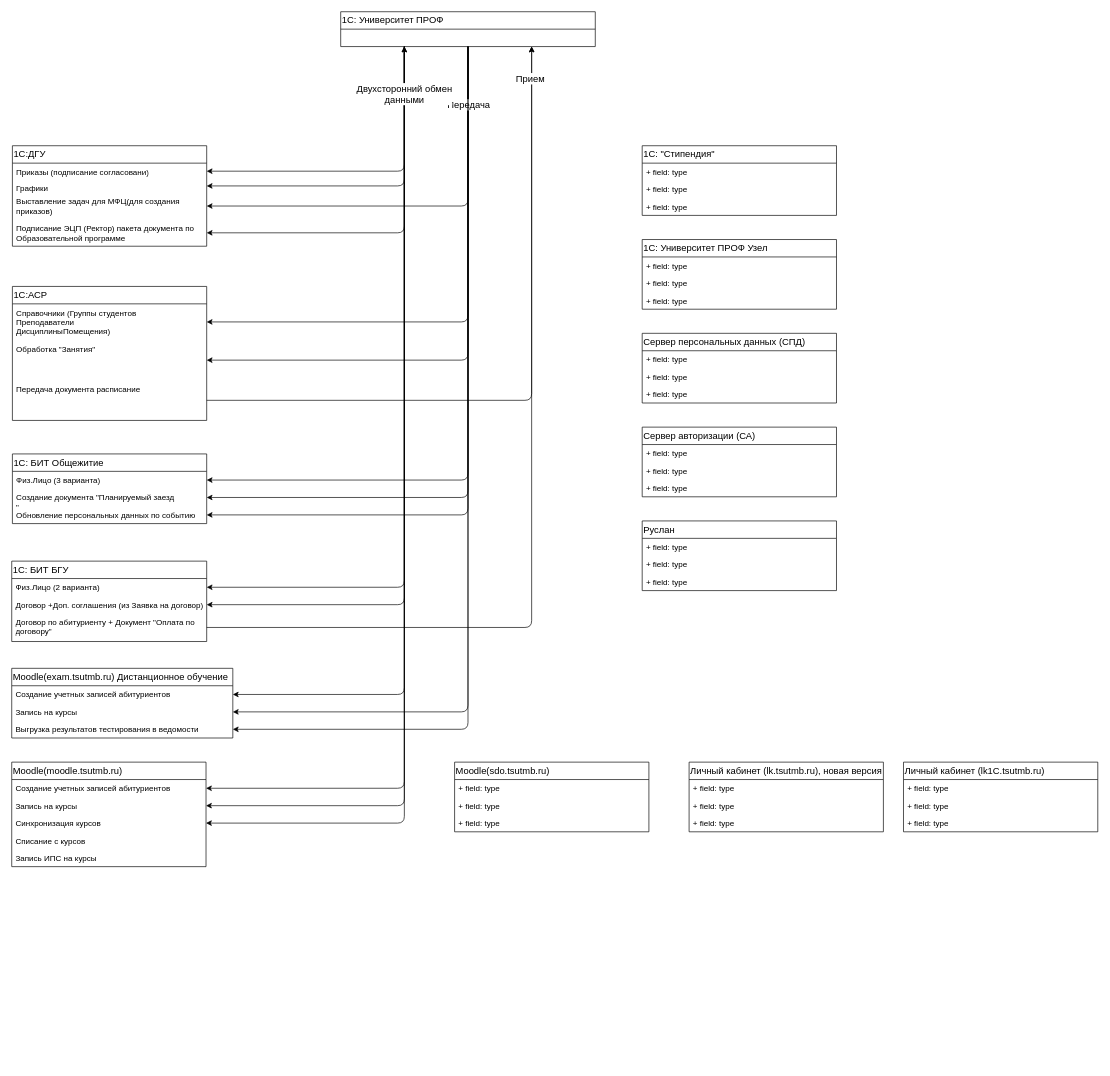
This is Copy of 111.drawio from st00g21/MyRepo2, a draw.io file, before an edit. Source tidied: cells renumbered, new cells numbered last; positions are measured from the earlier drawing's top-left corner, leaving out a move shared by most shapes. Both pictures are drawn from the tidied source at 67%, with x=0, y=0 at pixel (11, 11).
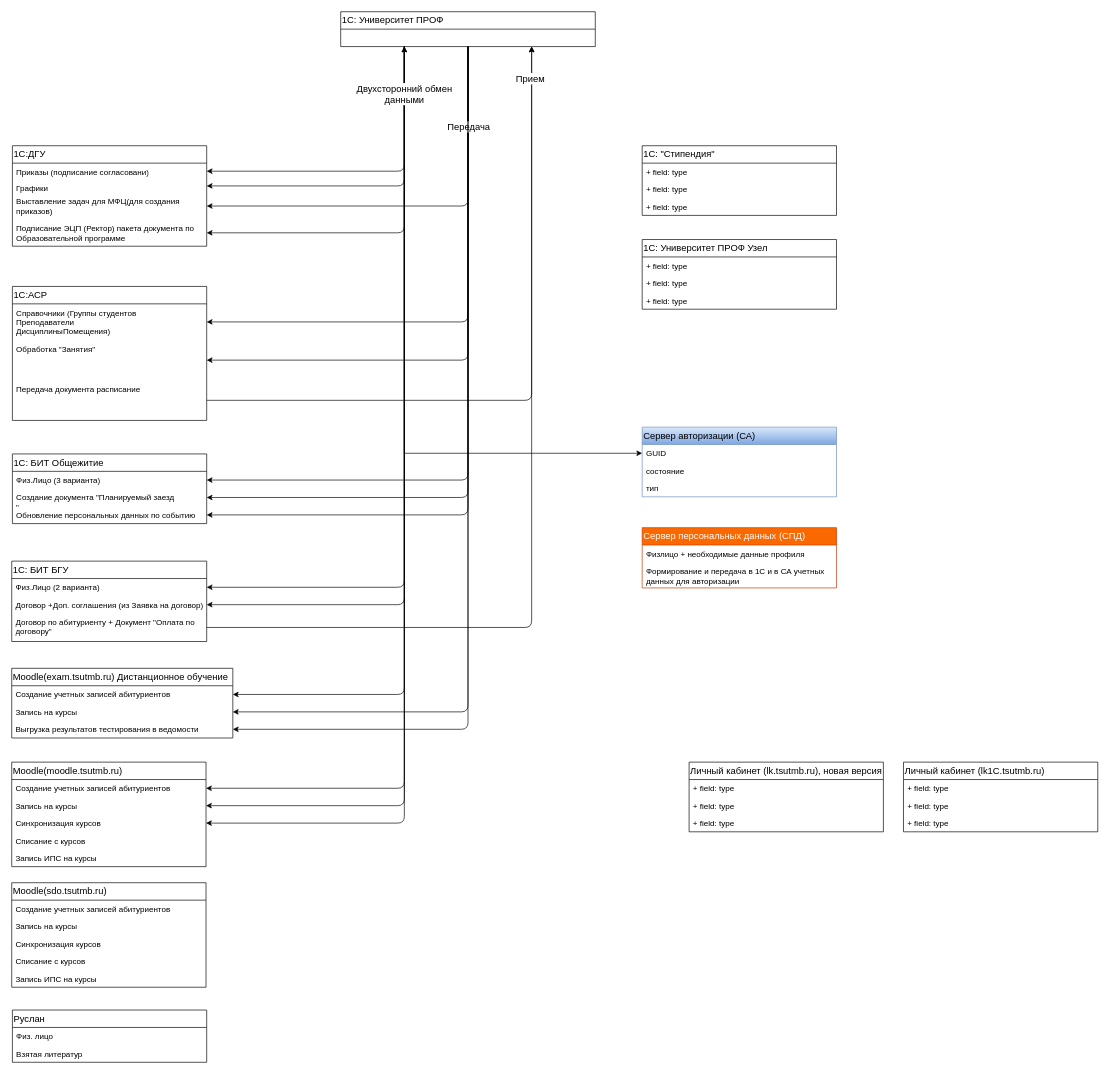
The same diagram, later.

Unchanged cells that the change refers to:
```xml
<mxCell id="8" style="edgeStyle=orthogonalEdgeStyle;rounded=1;sketch=0;jettySize=auto;html=1;exitX=0.5;exitY=1;exitDx=0;exitDy=0;entryX=1;entryY=0.5;entryDx=0;entryDy=0;startArrow=none;startFill=0;fillColor=#0A0A0A;fontSize=14;" parent="1" edge="1" source="19" target="36">
  <mxGeometry relative="1" as="geometry" />
</mxCell>
<mxCell id="19" value="1С: Университет ПРОФ" style="swimlane;fontStyle=0;horizontal=1;startSize=26;fillColor=none;rounded=0;shadow=0;glass=0;sketch=0;fontSize=14;align=left;html=1;" parent="1" vertex="1">
  <mxGeometry x="491" width="380" height="52" as="geometry" />
</mxCell>
```

The edit, as a diff of the source:
```diff
@@
     <mxCell id="9" value="Передача" style="edgeLabel;html=1;align=center;verticalAlign=middle;fontSize=14;" parent="8" vertex="1">
       <mxGeometry x="-0.9" y="2" relative="1" as="geometry">
-        <mxPoint x="-2" y="32" as="offset" />
+        <mxPoint x="-2" y="65" as="offset" />
       </mxGeometry>
     </mxCell>
@@
+    <mxCell id="85" style="edgeStyle=orthogonalEdgeStyle;rounded=0;jettySize=auto;html=1;exitX=0.25;exitY=1;exitDx=0;exitDy=0;entryX=0;entryY=0.5;entryDx=0;entryDy=0;" parent="1" edge="1" source="19" target="56">
+      <mxGeometry relative="1" as="geometry" />
+    </mxCell>
@@
-    <mxCell id="51" value="Сервер персональных данных (СПД)" style="swimlane;fontStyle=0;horizontal=1;startSize=26;fillColor=none;rounded=0;shadow=0;glass=0;sketch=0;fontSize=14;align=left;html=1;" parent="1" vertex="1">
-      <mxGeometry x="941" y="480" width="290" height="104" as="geometry" />
+    <mxCell id="51" value="Сервер персональных данных (СПД)" style="swimlane;fontStyle=0;horizontal=1;startSize=26;fillColor=#fa6800;rounded=0;shadow=0;glass=0;sketch=0;fontSize=14;align=left;html=1;strokeColor=#C73500;fontColor=#ffffff;" parent="1" vertex="1">
+      <mxGeometry x="941" y="770" width="290" height="90" as="geometry" />
     </mxCell>
-    <mxCell id="52" value="+ field: type" style="text;strokeColor=none;fillColor=none;align=left;verticalAlign=top;spacingLeft=4;spacingRight=4;overflow=hidden;" parent="51" vertex="1">
+    <mxCell id="52" value="Физлицо + необходимые данные профиля" style="text;strokeColor=none;fillColor=none;align=left;verticalAlign=top;spacingLeft=4;spacingRight=4;overflow=hidden;" parent="51" vertex="1">
       <mxGeometry y="26" width="290" height="26" as="geometry" />
     </mxCell>
-    <mxCell id="53" value="+ field: type" style="text;strokeColor=none;fillColor=none;align=left;verticalAlign=top;spacingLeft=4;spacingRight=4;overflow=hidden;" parent="51" vertex="1">
-      <mxGeometry y="52" width="290" height="26" as="geometry" />
+    <mxCell id="53" value="Формирование и передача в 1С и в СА учетных данных для авторизации " style="text;strokeColor=none;fillColor=none;align=left;verticalAlign=top;spacingLeft=4;spacingRight=4;overflow=hidden;whiteSpace=wrap;" parent="51" vertex="1">
+      <mxGeometry y="52" width="290" height="38" as="geometry" />
     </mxCell>
-    <mxCell id="54" value="+ field: type" style="text;strokeColor=none;fillColor=none;align=left;verticalAlign=top;spacingLeft=4;spacingRight=4;overflow=hidden;" parent="51" vertex="1">
-      <mxGeometry y="78" width="290" height="26" as="geometry" />
-    </mxCell>
-    <mxCell id="55" value="Сервер авторизации (СА)" style="swimlane;fontStyle=0;horizontal=1;startSize=26;fillColor=none;rounded=0;shadow=0;glass=0;sketch=0;fontSize=14;align=left;html=1;" parent="1" vertex="1">
+    <mxCell id="55" value="Сервер авторизации (СА)" style="swimlane;fontStyle=0;horizontal=1;startSize=26;fillColor=#dae8fc;rounded=0;shadow=0;glass=0;sketch=0;fontSize=14;align=left;html=1;strokeColor=#6c8ebf;strokeWidth=1;gradientColor=#7ea6e0;" parent="1" vertex="1">
       <mxGeometry x="941" y="620" width="290" height="104" as="geometry" />
     </mxCell>
-    <mxCell id="56" value="+ field: type" style="text;strokeColor=none;fillColor=none;align=left;verticalAlign=top;spacingLeft=4;spacingRight=4;overflow=hidden;points=[[0,0.5],[1,0.5]];portConstraint=eastwest;" parent="55" vertex="1">
+    <mxCell id="56" value="GUID" style="text;strokeColor=none;fillColor=none;align=left;verticalAlign=top;spacingLeft=4;spacingRight=4;overflow=hidden;points=[[0,0.5],[1,0.5]];portConstraint=eastwest;" parent="55" vertex="1">
       <mxGeometry y="26" width="290" height="26" as="geometry" />
     </mxCell>
-    <mxCell id="57" value="+ field: type" style="text;strokeColor=none;fillColor=none;align=left;verticalAlign=top;spacingLeft=4;spacingRight=4;overflow=hidden;" parent="55" vertex="1">
+    <mxCell id="57" value="состояние&#10;" style="text;strokeColor=none;fillColor=none;align=left;verticalAlign=top;spacingLeft=4;spacingRight=4;overflow=hidden;" parent="55" vertex="1">
       <mxGeometry y="52" width="290" height="26" as="geometry" />
     </mxCell>
-    <mxCell id="58" value="+ field: type" style="text;strokeColor=none;fillColor=none;align=left;verticalAlign=top;spacingLeft=4;spacingRight=4;overflow=hidden;" parent="55" vertex="1">
+    <mxCell id="58" value="тип" style="text;strokeColor=none;fillColor=none;align=left;verticalAlign=top;spacingLeft=4;spacingRight=4;overflow=hidden;" parent="55" vertex="1">
       <mxGeometry y="78" width="290" height="26" as="geometry" />
     </mxCell>
@@
-    <mxCell id="63" value="Moodle(sdo.tsutmb.ru)" style="swimlane;fontStyle=0;horizontal=1;startSize=26;fillColor=none;rounded=0;shadow=0;glass=0;sketch=0;fontSize=14;align=left;html=1;" parent="1" vertex="1">
-      <mxGeometry x="661" y="1120" width="290" height="104" as="geometry" />
-    </mxCell>
-    <mxCell id="64" value="+ field: type" style="text;strokeColor=none;fillColor=none;align=left;verticalAlign=top;spacingLeft=4;spacingRight=4;overflow=hidden;" parent="63" vertex="1">
-      <mxGeometry y="26" width="290" height="26" as="geometry" />
-    </mxCell>
-    <mxCell id="65" value="+ field: type" style="text;strokeColor=none;fillColor=none;align=left;verticalAlign=top;spacingLeft=4;spacingRight=4;overflow=hidden;" parent="63" vertex="1">
-      <mxGeometry y="52" width="290" height="26" as="geometry" />
-    </mxCell>
-    <mxCell id="66" value="+ field: type" style="text;strokeColor=none;fillColor=none;align=left;verticalAlign=top;spacingLeft=4;spacingRight=4;overflow=hidden;" parent="63" vertex="1">
-      <mxGeometry y="78" width="290" height="26" as="geometry" />
-    </mxCell>
@@
     <mxCell id="81" value="Руслан" style="swimlane;fontStyle=0;horizontal=1;startSize=26;fillColor=none;rounded=0;shadow=0;glass=0;sketch=0;fontSize=14;align=left;html=1;" parent="1" vertex="1">
-      <mxGeometry x="941" y="760" width="290" height="104" as="geometry" />
+      <mxGeometry x="1" y="1490" width="290" height="78" as="geometry" />
     </mxCell>
-    <mxCell id="82" value="+ field: type" style="text;strokeColor=none;fillColor=none;align=left;verticalAlign=top;spacingLeft=4;spacingRight=4;overflow=hidden;" parent="81" vertex="1">
+    <mxCell id="82" value="Физ. лицо&#10;" style="text;strokeColor=none;fillColor=none;align=left;verticalAlign=top;spacingLeft=4;spacingRight=4;overflow=hidden;" parent="81" vertex="1">
       <mxGeometry y="26" width="290" height="26" as="geometry" />
     </mxCell>
-    <mxCell id="83" value="+ field: type" style="text;strokeColor=none;fillColor=none;align=left;verticalAlign=top;spacingLeft=4;spacingRight=4;overflow=hidden;" parent="81" vertex="1">
+    <mxCell id="83" value="Взятая литератур" style="text;strokeColor=none;fillColor=none;align=left;verticalAlign=top;spacingLeft=4;spacingRight=4;overflow=hidden;" parent="81" vertex="1">
       <mxGeometry y="52" width="290" height="26" as="geometry" />
     </mxCell>
-    <mxCell id="84" value="+ field: type" style="text;strokeColor=none;fillColor=none;align=left;verticalAlign=top;spacingLeft=4;spacingRight=4;overflow=hidden;" parent="81" vertex="1">
-      <mxGeometry y="78" width="290" height="26" as="geometry" />
-    </mxCell>
+    <mxCell id="63" value="Moodle(sdo.tsutmb.ru)&lt;br&gt;" style="swimlane;fontStyle=0;horizontal=1;startSize=26;fillColor=none;rounded=0;shadow=0;glass=0;sketch=0;fontSize=14;align=left;html=1;" parent="1" vertex="1">
+      <mxGeometry y="1300" width="290" height="156" as="geometry" />
+    </mxCell>
+    <mxCell id="86" value="Создание учетных записей абитуриентов" style="text;strokeColor=none;fillColor=none;align=left;verticalAlign=top;spacingLeft=4;spacingRight=4;overflow=hidden;" parent="63" vertex="1">
+      <mxGeometry y="26" width="290" height="26" as="geometry" />
+    </mxCell>
+    <mxCell id="87" value="Запись на курсы" style="text;strokeColor=none;fillColor=none;align=left;verticalAlign=top;spacingLeft=4;spacingRight=4;overflow=hidden;" parent="63" vertex="1">
+      <mxGeometry y="52" width="290" height="26" as="geometry" />
+    </mxCell>
+    <mxCell id="88" value="Синхронизация курсов" style="text;strokeColor=none;fillColor=none;align=left;verticalAlign=top;spacingLeft=4;spacingRight=4;overflow=hidden;" parent="63" vertex="1">
+      <mxGeometry y="78" width="290" height="26" as="geometry" />
+    </mxCell>
+    <mxCell id="89" value="Списание с курсов&#10;" style="text;strokeColor=none;fillColor=none;align=left;verticalAlign=top;spacingLeft=4;spacingRight=4;overflow=hidden;" parent="63" vertex="1">
+      <mxGeometry y="104" width="290" height="26" as="geometry" />
+    </mxCell>
+    <mxCell id="90" value="Запись ИПС на курсы" style="text;strokeColor=none;fillColor=none;align=left;verticalAlign=top;spacingLeft=4;spacingRight=4;overflow=hidden;" parent="63" vertex="1">
+      <mxGeometry y="130" width="290" height="26" as="geometry" />
+    </mxCell>
```
